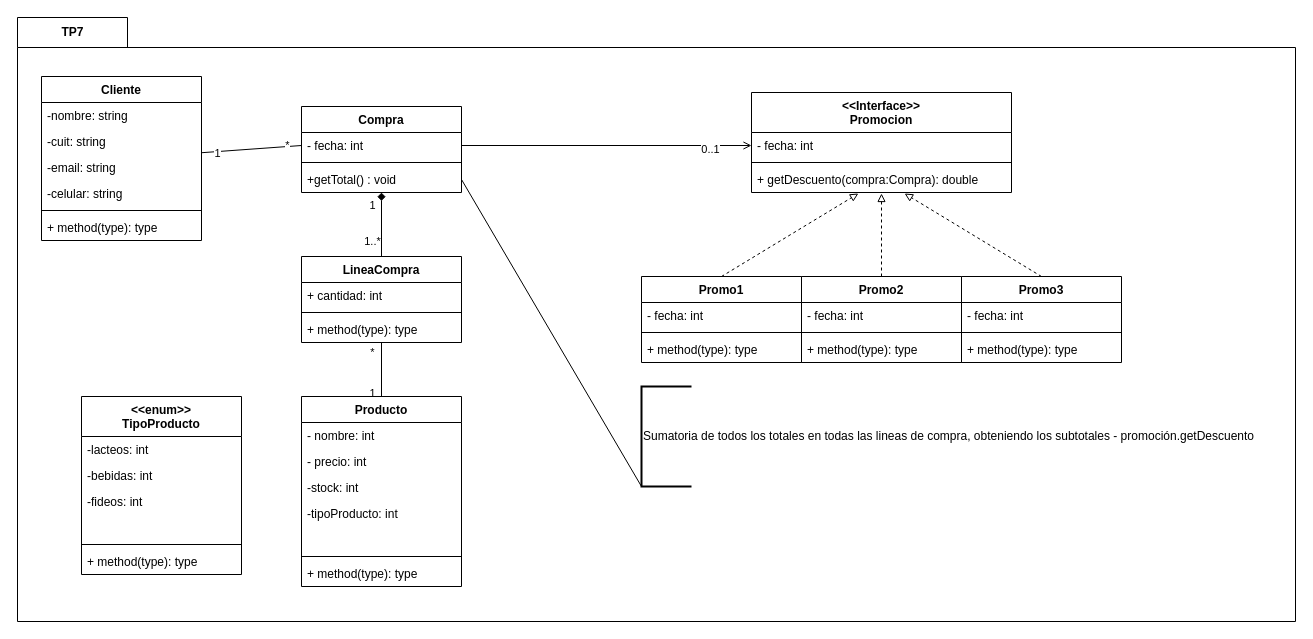
This is src/TP7/diagrama.drawio from NickTTD/POO-Grupo13-2023, a draw.io file, before an edit. Source tidied: cells renumbered, new cells numbered last; positions are measured from the earlier drawing's top-left corner, leaving out a move shared by most shapes. Both pictures are drawn from the tidied source at 100%, with x=0, y=0 at pixel (17, 17).
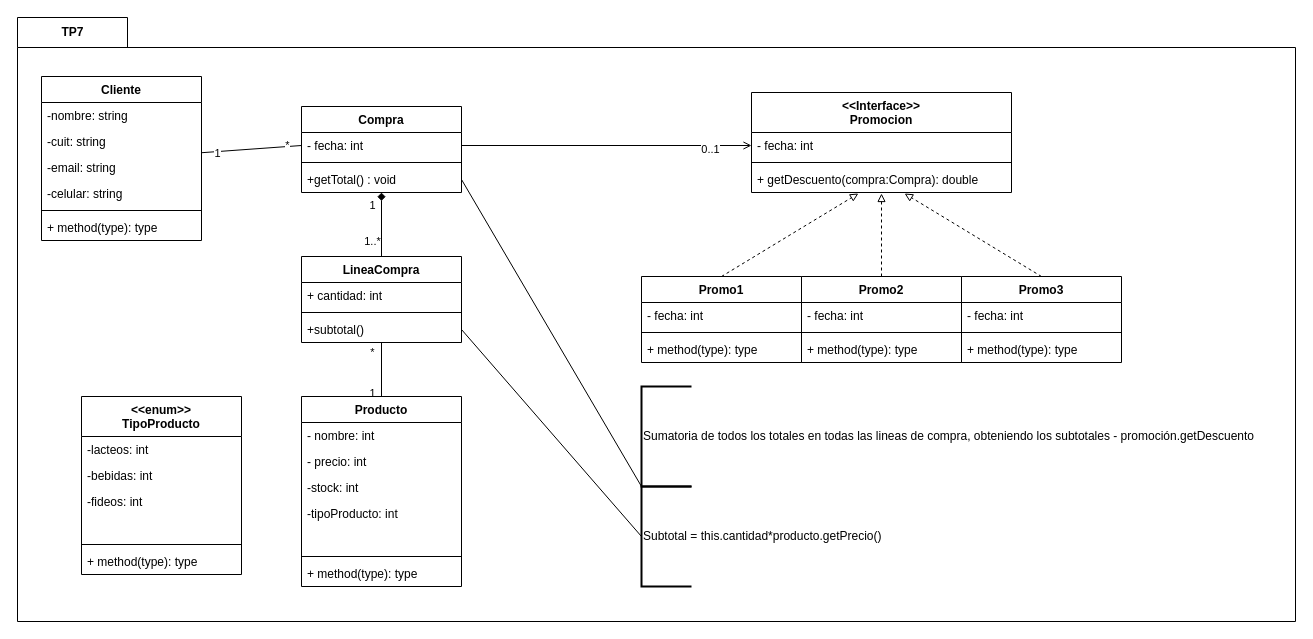
The same page after the edit.

Commit message:
Cambio diagrama tp7

The change refers to these unchanged cells:
```xml
<mxCell id="2" value="TP7" style="shape=folder;fontStyle=1;tabWidth=110;tabHeight=30;tabPosition=left;html=1;boundedLbl=1;labelInHeader=1;startSize=40;" parent="1" vertex="1">
  <mxGeometry width="1278" height="604" as="geometry" />
</mxCell>
<mxCell id="20" value="LineaCompra" style="swimlane;fontStyle=1;align=center;verticalAlign=top;horizontal=1;startSize=26;" parent="1" vertex="1">
  <mxGeometry x="284" y="239" width="160" height="86" as="geometry" />
</mxCell>
```

The edit, as a diff of the source:
```diff
@@
+    <mxCell id="65" value="Subtotal = this.cantidad*producto.getPrecio()" style="strokeWidth=2;html=1;shape=mxgraph.flowchart.annotation_1;align=left;startSize=40;" parent="2" vertex="1">
+      <mxGeometry x="624" y="469" width="50" height="100" as="geometry" />
+    </mxCell>
@@
-    <mxCell id="23" value="+ method(type): type" style="text;strokeColor=none;fillColor=none;align=left;verticalAlign=top;spacingLeft=4;spacingRight=4;overflow=hidden;points=[[0,0.5],[1,0.5]];portConstraint=eastwest;" parent="20" vertex="1">
+    <mxCell id="23" value="+subtotal()" style="text;strokeColor=none;fillColor=none;align=left;verticalAlign=top;spacingLeft=4;spacingRight=4;overflow=hidden;points=[[0,0.5],[1,0.5]];portConstraint=eastwest;" parent="20" vertex="1">
       <mxGeometry y="60" width="160" height="26" as="geometry" />
     </mxCell>
@@
+    <mxCell id="66" style="edgeStyle=none;html=1;exitX=0;exitY=0.5;exitDx=0;exitDy=0;exitPerimeter=0;entryX=1;entryY=0.5;entryDx=0;entryDy=0;endArrow=none;endFill=0;" parent="1" edge="1" source="65" target="23">
+      <mxGeometry relative="1" as="geometry" />
+    </mxCell>
```
